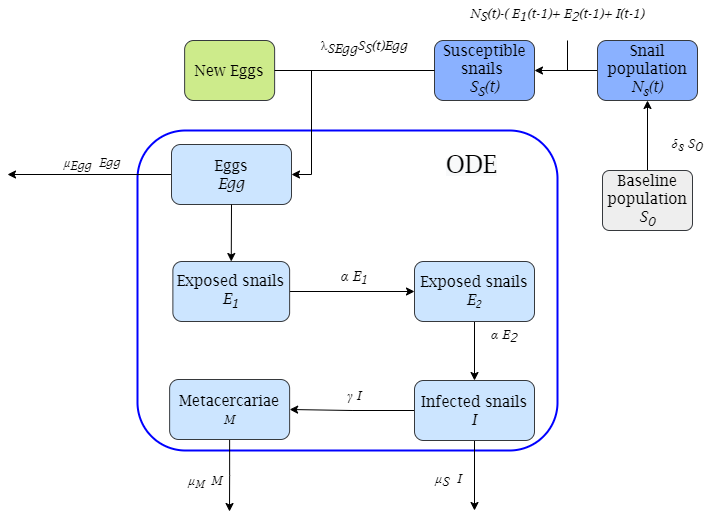
The draw.io diagram results/figures/Final_figures/ODE_flowchart.png in Lauraft97/Bachelor_project_2021, before a commit. Source tidied: cells renumbered, new cells last; positions are measured from the earlier drawing's top-left corner, leaving out a move shared by most shapes.
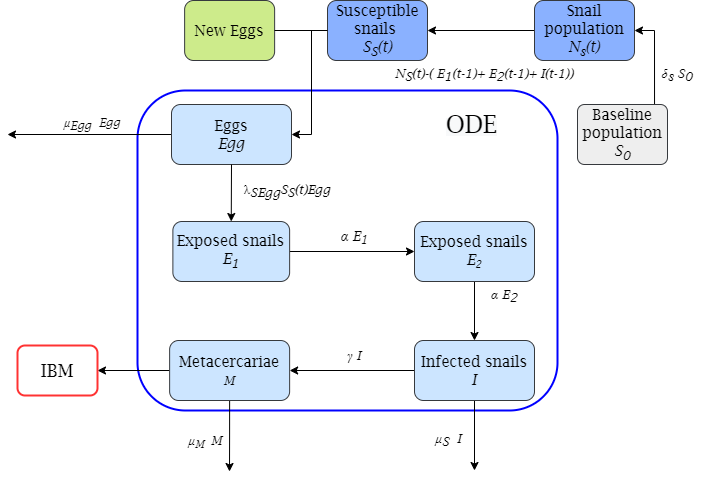
Later version of the same file.

Diff of the diagram source:
```diff
@@ -5,11 +5,11 @@
     <mxCell id="2" style="rounded=1;whiteSpace=wrap;html=1;fontFamily=Lucida Bright;fontSize=16;strokeColor=#0000FF;strokeWidth=2;fillColor=none;" parent="1" vertex="1">
       <mxGeometry x="130" y="130" width="420" height="320" as="geometry" />
     </mxCell>
-    <mxCell id="3" style="edgeStyle=orthogonalEdgeStyle;rounded=0;jettySize=auto;html=1;exitX=0.5;exitY=0;exitDx=0;exitDy=0;fontFamily=Lucida Bright;fontSize=16;" parent="1" edge="1" source="4" target="8">
+    <mxCell id="3" style="edgeStyle=orthogonalEdgeStyle;rounded=0;jettySize=auto;html=1;exitX=0.856;exitY=0.017;exitDx=0;exitDy=0;entryX=1;entryY=0.5;entryDx=0;entryDy=0;exitPerimeter=0;" parent="1" edge="1" source="4" target="8">
       <mxGeometry relative="1" as="geometry" />
     </mxCell>
     <mxCell id="4" value="&lt;font style=&quot;font-size: 15px&quot;&gt;Baseline population&lt;br&gt;&lt;i&gt;S&lt;sub&gt;0&lt;/sub&gt;&lt;/i&gt;&lt;/font&gt;" style="rounded=1;whiteSpace=wrap;html=1;absoluteArcSize=1;arcSize=14;strokeWidth=1;fontFamily=Lucida Bright;fillColor=#eeeeee;strokeColor=#36393d;" parent="1" vertex="1">
-      <mxGeometry x="595" y="170" width="90" height="60" as="geometry" />
+      <mxGeometry x="570" y="144" width="90" height="60" as="geometry" />
     </mxCell>
     <mxCell id="5" style="edgeStyle=orthogonalEdgeStyle;rounded=0;jettySize=auto;html=1;exitX=0;exitY=0.5;exitDx=0;exitDy=0;fontFamily=Lucida Bright;fontSize=15;" parent="1" edge="1" source="6">
       <mxGeometry relative="1" as="geometry">
@@ -23,7 +23,7 @@
       <mxGeometry relative="1" as="geometry" />
     </mxCell>
     <mxCell id="8" value="Snail population&lt;br&gt;&lt;i&gt;N&lt;sub&gt;s&lt;/sub&gt;(t)&lt;/i&gt;" style="rounded=1;whiteSpace=wrap;html=1;fontFamily=Lucida Bright;fontSize=15;fillColor=#8AB1FF;strokeColor=#36393d;" parent="1" vertex="1">
-      <mxGeometry x="590" y="40" width="100" height="60" as="geometry" />
+      <mxGeometry x="527" y="40" width="100" height="60" as="geometry" />
     </mxCell>
     <mxCell id="9" style="edgeStyle=orthogonalEdgeStyle;rounded=0;jettySize=auto;html=1;exitX=1;exitY=0.5;exitDx=0;exitDy=0;entryX=1;entryY=0.5;entryDx=0;entryDy=0;fontFamily=Lucida Bright;fontSize=16;" parent="1" edge="1" source="10" target="6">
       <mxGeometry relative="1" as="geometry" />
@@ -32,7 +32,7 @@
       <mxGeometry x="177.1" y="40" width="90" height="60" as="geometry" />
     </mxCell>
     <mxCell id="11" value="&lt;p style=&quot;margin-top: 0pt; margin-bottom: 0pt; margin-left: 0in; text-align: left; direction: ltr; unicode-bidi: embed; word-break: normal; font-size: 13px;&quot;&gt;&lt;span style=&quot;font-size: 13px;&quot;&gt;&lt;i style=&quot;font-size: 13px;&quot;&gt;δ&lt;sub style=&quot;font-size: 13px;&quot;&gt;s&lt;/sub&gt; S&lt;sub style=&quot;font-size: 13px;&quot;&gt;0&lt;/sub&gt;&lt;/i&gt;&lt;/span&gt;&lt;/p&gt;" style="text;html=1;strokeColor=none;fillColor=none;align=center;verticalAlign=middle;whiteSpace=wrap;rounded=0;fontFamily=Lucida Bright;fontSize=13;" parent="1" vertex="1">
-      <mxGeometry x="650" y="130" width="60" height="30" as="geometry" />
+      <mxGeometry x="640" y="100" width="60" height="30" as="geometry" />
     </mxCell>
     <mxCell id="12" style="edgeStyle=orthogonalEdgeStyle;rounded=0;orthogonalLoop=1;jettySize=auto;html=1;exitX=0.5;exitY=1;exitDx=0;exitDy=0;fontFamily=Lucida Bright;fontSize=15;" parent="1" edge="1" source="11" target="11">
       <mxGeometry relative="1" as="geometry" />
@@ -68,8 +68,11 @@
         <mxPoint x="222" y="511" as="targetPoint" />
       </mxGeometry>
     </mxCell>
+    <mxCell id="35" style="edgeStyle=orthogonalEdgeStyle;rounded=0;jettySize=auto;html=1;exitX=0;exitY=0.5;exitDx=0;exitDy=0;entryX=1;entryY=0.5;entryDx=0;entryDy=0;fontFamily=Lucida Bright;fontSize=18;" parent="1" edge="1" source="22" target="36">
+      <mxGeometry relative="1" as="geometry" />
+    </mxCell>
     <mxCell id="22" value="Metacercariae&lt;br&gt;&lt;span style=&quot;font-size: 12.5px&quot;&gt;&lt;i&gt;M&lt;/i&gt;&lt;/span&gt;" style="rounded=1;whiteSpace=wrap;html=1;fontFamily=Lucida Bright;fontSize=15;fillColor=#cce5ff;strokeColor=#36393d;" parent="1" vertex="1">
-      <mxGeometry x="162.1" y="379" width="120" height="60" as="geometry" />
+      <mxGeometry x="162.1" y="380" width="120" height="60" as="geometry" />
     </mxCell>
     <mxCell id="23" value="&lt;span style=&quot;font-size: 12px;&quot;&gt;&lt;i style=&quot;font-size: 12px;&quot;&gt;μ&lt;sub style=&quot;font-size: 12px;&quot;&gt;Egg&amp;nbsp;&lt;/sub&gt;Egg&lt;/i&gt;&lt;/span&gt;" style="text;html=1;strokeColor=none;fillColor=none;align=center;verticalAlign=middle;whiteSpace=wrap;rounded=0;fontFamily=Lucida Bright;fontSize=12;" parent="1" vertex="1">
       <mxGeometry x="40" y="144" width="90" height="40" as="geometry" />
@@ -90,13 +93,13 @@
       <mxGeometry x="400" y="460" width="90" height="40" as="geometry" />
     </mxCell>
     <mxCell id="29" value="Susceptible snails &lt;br&gt;&lt;i&gt;S&lt;sub&gt;S&lt;/sub&gt;(t)&lt;/i&gt;" style="rounded=1;whiteSpace=wrap;html=1;fontFamily=Lucida Bright;fontSize=15;fillColor=#8AB1FF;strokeColor=#36393d;" parent="1" vertex="1">
-      <mxGeometry x="427" y="40" width="100" height="60" as="geometry" />
+      <mxGeometry x="320" y="40" width="100" height="60" as="geometry" />
     </mxCell>
     <mxCell id="30" value="&lt;p class=&quot;MsoNormal&quot; style=&quot;font-size: 13px;&quot;&gt;&lt;/p&gt;&lt;font style=&quot;font-size: 13px;&quot;&gt;&lt;font style=&quot;font-size: 13px;&quot;&gt;λ&lt;/font&gt;&lt;font style=&quot;font-size: 13px;&quot;&gt;&lt;i style=&quot;font-size: 13px;&quot;&gt;&lt;sub style=&quot;font-size: 13px;&quot;&gt;SEgg&lt;/sub&gt;S&lt;sub style=&quot;font-size: 13px;&quot;&gt;S&lt;/sub&gt;(t)Egg&lt;/i&gt;&lt;/font&gt;&lt;/font&gt;" style="text;html=1;strokeColor=none;fillColor=none;align=center;verticalAlign=middle;whiteSpace=wrap;rounded=0;fontFamily=Lucida Bright;fontSize=13;" parent="1" vertex="1">
-      <mxGeometry x="287" y="20" width="140" height="40" as="geometry" />
+      <mxGeometry x="210" y="204" width="140" height="40" as="geometry" />
     </mxCell>
-    <mxCell id="31" value="&lt;span style=&quot;font-size: 13px&quot;&gt;&lt;font style=&quot;font-size: 13px&quot;&gt;&lt;i style=&quot;font-size: 13px&quot;&gt;&lt;span style=&quot;font-size: 13px&quot;&gt;N&lt;sub style=&quot;font-size: 13px&quot;&gt;S&lt;/sub&gt;(t)-( E&lt;/span&gt;&lt;span style=&quot;font-size: 13px&quot;&gt;&lt;sub style=&quot;font-size: 13px&quot;&gt;1&lt;/sub&gt;(t-1)+ E&lt;sub style=&quot;font-size: 13px&quot;&gt;2&lt;/sub&gt;(t-1)+ I(t-1)&lt;/span&gt;&lt;/i&gt;&lt;/font&gt;&lt;/span&gt;" style="text;html=1;strokeColor=none;fillColor=none;align=center;verticalAlign=middle;whiteSpace=wrap;rounded=0;fontFamily=Lucida Bright;fontSize=13;" parent="1" vertex="1">
-      <mxGeometry x="450" width="200" height="30" as="geometry" />
+    <mxCell id="31" value="&lt;span style=&quot;font-size: 13px&quot;&gt;&lt;font style=&quot;font-size: 13px&quot;&gt;&lt;i style=&quot;font-size: 13px&quot;&gt;&lt;span style=&quot;font-size: 13px&quot;&gt;N&lt;sub style=&quot;font-size: 13px&quot;&gt;S&lt;/sub&gt;(t)-( E&lt;/span&gt;&lt;span style=&quot;font-size: 13px&quot;&gt;&lt;sub style=&quot;font-size: 13px&quot;&gt;1&lt;/sub&gt;(t-1)+ E&lt;sub style=&quot;font-size: 13px&quot;&gt;2&lt;/sub&gt;(t-1)+ I(t-1))&lt;/span&gt;&lt;/i&gt;&lt;/font&gt;&lt;/span&gt;" style="text;html=1;strokeColor=none;fillColor=none;align=center;verticalAlign=middle;whiteSpace=wrap;rounded=0;fontFamily=Lucida Bright;fontSize=13;" parent="1" vertex="1">
+      <mxGeometry x="377" y="100" width="200" height="30" as="geometry" />
     </mxCell>
     <mxCell id="32" style="endArrow=none;html=1;rounded=0;fontFamily=Lucida Bright;fontSize=16;entryX=0;entryY=0.5;entryDx=0;entryDy=0;exitX=1;exitY=0.5;exitDx=0;exitDy=0;" parent="1" edge="1" source="10" target="29">
       <mxGeometry relative="1" as="geometry" />
@@ -104,10 +107,8 @@
     <mxCell id="33" value="&lt;span style=&quot;color: rgb(0 , 0 , 0) ; font-family: &amp;#34;lucida bright&amp;#34; ; font-style: normal ; font-weight: 400 ; letter-spacing: normal ; text-align: center ; text-indent: 0px ; text-transform: none ; word-spacing: 0px ; background-color: rgb(248 , 249 , 250) ; display: inline ; float: none&quot;&gt;&lt;font style=&quot;font-size: 24px&quot;&gt;ODE&lt;/font&gt;&lt;/span&gt;" style="text;whiteSpace=wrap;html=1;fontSize=16;fontFamily=Lucida Bright;" parent="1" vertex="1">
       <mxGeometry x="437" y="144" width="80" height="40" as="geometry" />
     </mxCell>
-    <mxCell id="34" style="endArrow=none;html=1;rounded=0;fontFamily=Lucida Bright;fontSize=24;entryX=0.55;entryY=1.333;entryDx=0;entryDy=0;entryPerimeter=0;" parent="1" edge="1" target="31">
-      <mxGeometry relative="1" as="geometry">
-        <mxPoint x="560" y="70" as="sourcePoint" />
-      </mxGeometry>
-    </mxCell>
+    <mxCell id="36" value="&lt;font face=&quot;Lucida Bright&quot; style=&quot;font-size: 18px&quot;&gt;IBM&lt;/font&gt;" style="rounded=1;whiteSpace=wrap;html=1;strokeColor=#FF3333;strokeWidth=2;" parent="1" vertex="1">
+      <mxGeometry x="10" y="385" width="80" height="50" as="geometry" />
+    </mxCell>
   </root>
 </mxGraphModel>
```
